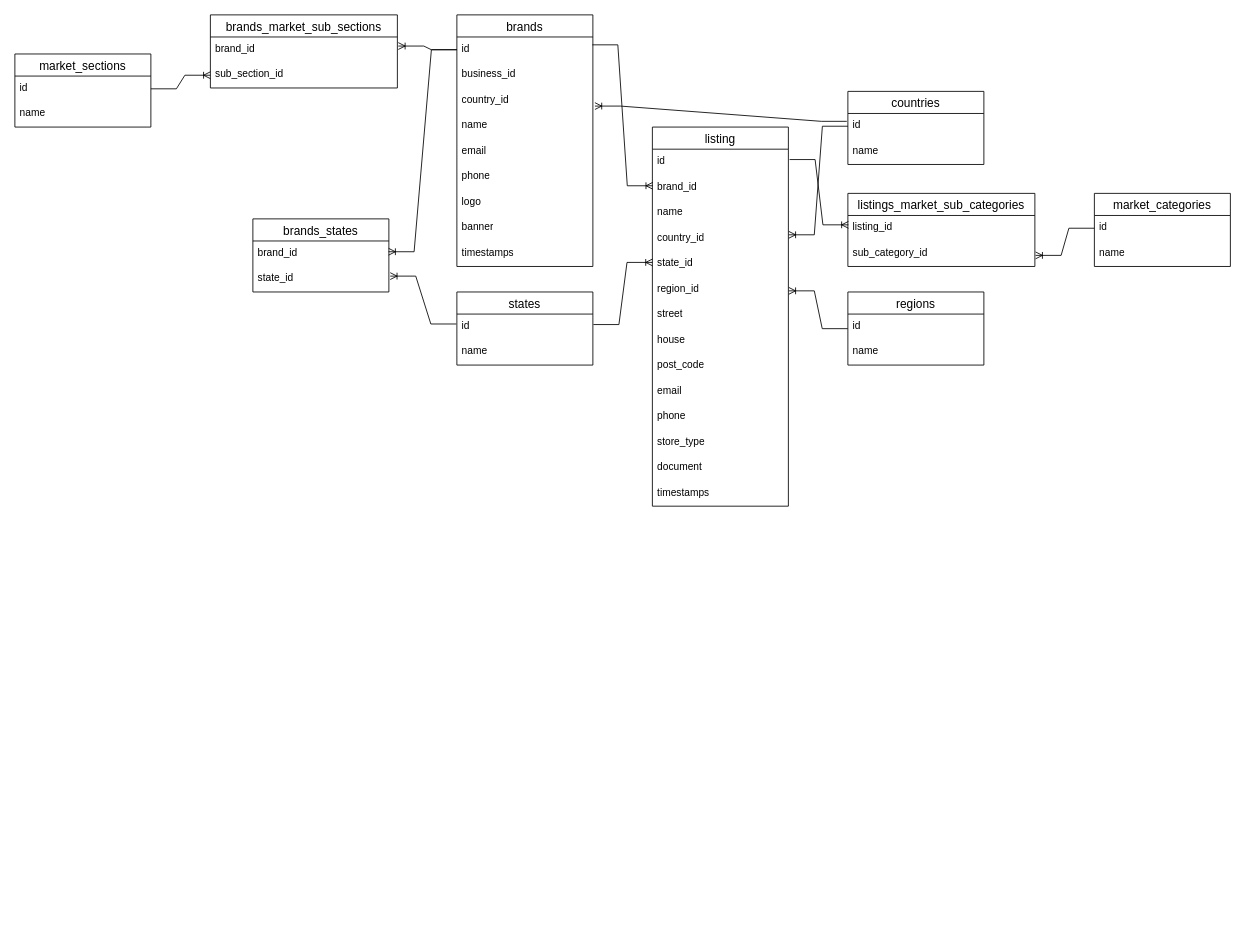
The draw.io diagram er.drawio in xw1nchester/kushfinds-backend, before the edit. Source tidied: cells renumbered, new cells numbered last; positions are measured from the earlier drawing's top-left corner, leaving out a move shared by most shapes. Both pictures are drawn from the tidied source at 85%, with x=0, y=0 at pixel (14, 14).
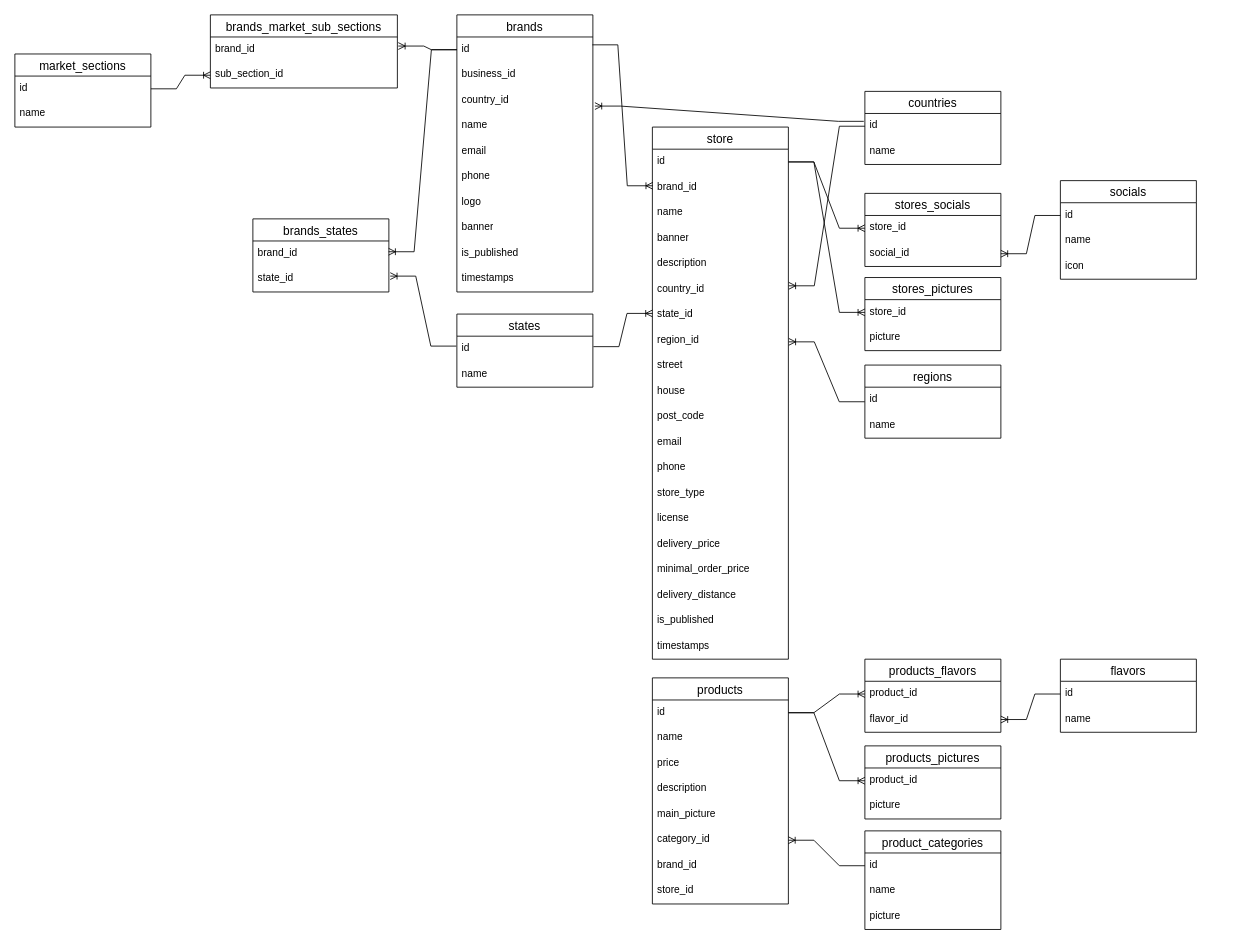
After the change.

Unchanged cells that the change refers to:
```xml
<mxCell id="31" value="id" style="text;strokeColor=none;fillColor=none;spacingLeft=4;spacingRight=4;overflow=hidden;points=[[0,0.5],[1,0.5]];portConstraint=eastwest;fontSize=12;whiteSpace=wrap;html=1;" parent="30" vertex="1">
  <mxGeometry y="26" width="160" height="30" as="geometry" />
</mxCell>
<mxCell id="46" value="id" style="text;strokeColor=none;fillColor=none;spacingLeft=4;spacingRight=4;overflow=hidden;points=[[0,0.5],[1,0.5]];portConstraint=eastwest;fontSize=12;whiteSpace=wrap;html=1;" parent="45" vertex="1">
  <mxGeometry y="26" width="160" height="30" as="geometry" />
</mxCell>
```

The edit, as a diff of the source:
```diff
@@
     <mxCell id="2" value="brands" style="swimlane;fontStyle=0;horizontal=1;startSize=26;align=center;fontSize=14;" parent="1" vertex="1">
-      <mxGeometry x="520" width="160" height="296" as="geometry" />
+      <mxGeometry x="520" width="160" height="326" as="geometry" />
     </mxCell>
@@
+    <mxCell id="62" value="is_published" style="text;strokeColor=none;fillColor=none;spacingLeft=4;spacingRight=4;overflow=hidden;fontSize=12;whiteSpace=wrap;html=1;" parent="2" vertex="1">
+      <mxGeometry y="266" width="160" height="30" as="geometry" />
+    </mxCell>
     <mxCell id="11" value="timestamps" style="text;strokeColor=none;fillColor=none;spacingLeft=4;spacingRight=4;overflow=hidden;fontSize=12;whiteSpace=wrap;html=1;" parent="2" vertex="1">
-      <mxGeometry y="266" width="160" height="30" as="geometry" />
+      <mxGeometry y="296" width="160" height="30" as="geometry" />
     </mxCell>
     <mxCell id="12" value="countries" style="swimlane;fontStyle=0;horizontal=1;startSize=26;align=center;fontSize=14;" parent="1" vertex="1">
-      <mxGeometry x="980" y="90" width="160" height="86" as="geometry" />
+      <mxGeometry x="1000" y="90" width="160" height="86" as="geometry" />
     </mxCell>
@@
     <mxCell id="15" value="states" style="swimlane;fontStyle=0;horizontal=1;startSize=26;align=center;fontSize=14;" parent="1" vertex="1">
-      <mxGeometry x="520" y="326" width="160" height="86" as="geometry" />
+      <mxGeometry x="520" y="352" width="160" height="86" as="geometry" />
     </mxCell>
@@
     <mxCell id="18" value="regions" style="swimlane;fontStyle=0;horizontal=1;startSize=26;align=center;fontSize=14;" parent="1" vertex="1">
-      <mxGeometry x="980" y="326" width="160" height="86" as="geometry" />
+      <mxGeometry x="1000" y="412" width="160" height="86" as="geometry" />
     </mxCell>
@@
-    <mxCell id="30" value="listing" style="swimlane;fontStyle=0;horizontal=1;startSize=26;align=center;fontSize=14;" parent="1" vertex="1">
-      <mxGeometry x="750" y="132" width="160" height="446" as="geometry" />
+    <mxCell id="30" value="store" style="swimlane;fontStyle=0;horizontal=1;startSize=26;align=center;fontSize=14;" parent="1" vertex="1">
+      <mxGeometry x="750" y="132" width="160" height="626" as="geometry" />
     </mxCell>
@@
+    <mxCell id="63" value="banner" style="text;strokeColor=none;fillColor=none;spacingLeft=4;spacingRight=4;overflow=hidden;fontSize=12;whiteSpace=wrap;html=1;" parent="30" vertex="1">
+      <mxGeometry y="116" width="160" height="30" as="geometry" />
+    </mxCell>
+    <mxCell id="64" value="description" style="text;strokeColor=none;fillColor=none;spacingLeft=4;spacingRight=4;overflow=hidden;fontSize=12;whiteSpace=wrap;html=1;" parent="30" vertex="1">
+      <mxGeometry y="146" width="160" height="30" as="geometry" />
+    </mxCell>
     <mxCell id="34" value="country_id" style="text;strokeColor=none;fillColor=none;spacingLeft=4;spacingRight=4;overflow=hidden;points=[[0,0.5],[1,0.5]];portConstraint=eastwest;fontSize=12;whiteSpace=wrap;html=1;" parent="30" vertex="1">
-      <mxGeometry y="116" width="160" height="30" as="geometry" />
+      <mxGeometry y="176" width="160" height="30" as="geometry" />
     </mxCell>
     <mxCell id="35" value="state_id" style="text;strokeColor=none;fillColor=none;spacingLeft=4;spacingRight=4;overflow=hidden;points=[[0,0.5],[1,0.5]];portConstraint=eastwest;fontSize=12;whiteSpace=wrap;html=1;" parent="30" vertex="1">
-      <mxGeometry y="146" width="160" height="30" as="geometry" />
+      <mxGeometry y="206" width="160" height="30" as="geometry" />
     </mxCell>
     <mxCell id="36" value="region_id" style="text;strokeColor=none;fillColor=none;spacingLeft=4;spacingRight=4;overflow=hidden;points=[[0,0.5],[1,0.5]];portConstraint=eastwest;fontSize=12;whiteSpace=wrap;html=1;" parent="30" vertex="1">
-      <mxGeometry y="176" width="160" height="30" as="geometry" />
+      <mxGeometry y="236" width="160" height="30" as="geometry" />
     </mxCell>
     <mxCell id="37" value="street" style="text;strokeColor=none;fillColor=none;spacingLeft=4;spacingRight=4;overflow=hidden;fontSize=12;whiteSpace=wrap;html=1;" parent="30" vertex="1">
-      <mxGeometry y="206" width="160" height="30" as="geometry" />
+      <mxGeometry y="266" width="160" height="30" as="geometry" />
     </mxCell>
     <mxCell id="38" value="house" style="text;strokeColor=none;fillColor=none;spacingLeft=4;spacingRight=4;overflow=hidden;fontSize=12;whiteSpace=wrap;html=1;" parent="30" vertex="1">
-      <mxGeometry y="236" width="160" height="30" as="geometry" />
+      <mxGeometry y="296" width="160" height="30" as="geometry" />
     </mxCell>
     <mxCell id="39" value="post_code" style="text;strokeColor=none;fillColor=none;spacingLeft=4;spacingRight=4;overflow=hidden;fontSize=12;whiteSpace=wrap;html=1;" parent="30" vertex="1">
-      <mxGeometry y="266" width="160" height="30" as="geometry" />
+      <mxGeometry y="326" width="160" height="30" as="geometry" />
     </mxCell>
     <mxCell id="40" value="email" style="text;strokeColor=none;fillColor=none;spacingLeft=4;spacingRight=4;overflow=hidden;fontSize=12;whiteSpace=wrap;html=1;" parent="30" vertex="1">
-      <mxGeometry y="296" width="160" height="30" as="geometry" />
+      <mxGeometry y="356" width="160" height="30" as="geometry" />
     </mxCell>
     <mxCell id="41" value="phone" style="text;strokeColor=none;fillColor=none;spacingLeft=4;spacingRight=4;overflow=hidden;fontSize=12;whiteSpace=wrap;html=1;" parent="30" vertex="1">
-      <mxGeometry y="326" width="160" height="30" as="geometry" />
+      <mxGeometry y="386" width="160" height="30" as="geometry" />
     </mxCell>
     <mxCell id="42" value="store_type" style="text;strokeColor=none;fillColor=none;spacingLeft=4;spacingRight=4;overflow=hidden;fontSize=12;whiteSpace=wrap;html=1;" parent="30" vertex="1">
-      <mxGeometry y="356" width="160" height="30" as="geometry" />
+      <mxGeometry y="416" width="160" height="30" as="geometry" />
     </mxCell>
-    <mxCell id="43" value="document" style="text;strokeColor=none;fillColor=none;spacingLeft=4;spacingRight=4;overflow=hidden;fontSize=12;whiteSpace=wrap;html=1;" parent="30" vertex="1">
-      <mxGeometry y="386" width="160" height="30" as="geometry" />
+    <mxCell id="43" value="license" style="text;strokeColor=none;fillColor=none;spacingLeft=4;spacingRight=4;overflow=hidden;fontSize=12;whiteSpace=wrap;html=1;" parent="30" vertex="1">
+      <mxGeometry y="446" width="160" height="30" as="geometry" />
     </mxCell>
+    <mxCell id="65" value="delivery_price" style="text;strokeColor=none;fillColor=none;spacingLeft=4;spacingRight=4;overflow=hidden;fontSize=12;whiteSpace=wrap;html=1;" parent="30" vertex="1">
+      <mxGeometry y="476" width="160" height="30" as="geometry" />
+    </mxCell>
+    <mxCell id="66" value="minimal_order_price&lt;div&gt;&lt;br&gt;&lt;/div&gt;" style="text;strokeColor=none;fillColor=none;spacingLeft=4;spacingRight=4;overflow=hidden;fontSize=12;whiteSpace=wrap;html=1;" parent="30" vertex="1">
+      <mxGeometry y="506" width="160" height="30" as="geometry" />
+    </mxCell>
+    <mxCell id="67" value="&lt;div&gt;delivery_distance&lt;/div&gt;" style="text;strokeColor=none;fillColor=none;spacingLeft=4;spacingRight=4;overflow=hidden;fontSize=12;whiteSpace=wrap;html=1;" parent="30" vertex="1">
+      <mxGeometry y="536" width="160" height="30" as="geometry" />
+    </mxCell>
+    <mxCell id="68" value="&lt;div&gt;is_published&lt;/div&gt;" style="text;strokeColor=none;fillColor=none;spacingLeft=4;spacingRight=4;overflow=hidden;fontSize=12;whiteSpace=wrap;html=1;" parent="30" vertex="1">
+      <mxGeometry y="566" width="160" height="30" as="geometry" />
+    </mxCell>
     <mxCell id="44" value="timestamps" style="text;strokeColor=none;fillColor=none;spacingLeft=4;spacingRight=4;overflow=hidden;fontSize=12;whiteSpace=wrap;html=1;" parent="30" vertex="1">
-      <mxGeometry y="416" width="160" height="30" as="geometry" />
+      <mxGeometry y="596" width="160" height="30" as="geometry" />
     </mxCell>
-    <mxCell id="45" value="market_categories" style="swimlane;fontStyle=0;horizontal=1;startSize=26;align=center;fontSize=14;" parent="1" vertex="1">
-      <mxGeometry x="1270" y="210" width="160" height="86" as="geometry" />
+    <mxCell id="45" value="product_categories" style="swimlane;fontStyle=0;horizontal=1;startSize=26;align=center;fontSize=14;" parent="1" vertex="1">
+      <mxGeometry x="1000" y="960" width="160" height="116" as="geometry" />
     </mxCell>
@@
-    <mxCell id="48" value="listings_market_sub_categories" style="swimlane;fontStyle=0;horizontal=1;startSize=26;align=center;fontSize=14;" parent="1" vertex="1">
-      <mxGeometry x="980" y="210" width="220" height="86" as="geometry" />
-    </mxCell>
-    <mxCell id="49" value="listing_id" style="text;strokeColor=none;fillColor=none;spacingLeft=4;spacingRight=4;overflow=hidden;points=[[0,0.5],[1,0.5]];portConstraint=eastwest;fontSize=12;whiteSpace=wrap;html=1;" parent="48" vertex="1">
-      <mxGeometry y="26" width="220" height="30" as="geometry" />
-    </mxCell>
-    <mxCell id="50" value="sub_category_id" style="text;strokeColor=none;fillColor=none;spacingLeft=4;spacingRight=4;overflow=hidden;points=[[0,0.5],[1,0.5]];portConstraint=eastwest;fontSize=12;whiteSpace=wrap;html=1;" parent="48" vertex="1">
-      <mxGeometry y="56" width="220" height="30" as="geometry" />
-    </mxCell>
+    <mxCell id="69" value="picture" style="text;strokeColor=none;fillColor=none;spacingLeft=4;spacingRight=4;overflow=hidden;fontSize=12;whiteSpace=wrap;html=1;" parent="45" vertex="1">
+      <mxGeometry y="86" width="160" height="30" as="geometry" />
+    </mxCell>
@@
-    <mxCell id="60" style="edgeStyle=entityRelationEdgeStyle;fontSize=12;html=1;endArrow=ERoneToMany;rounded=0;exitX=1.009;exitY=0.407;exitDx=0;exitDy=0;entryX=0.003;entryY=0.367;entryDx=0;entryDy=0;entryPerimeter=0;exitPerimeter=0;" parent="1" edge="1" source="31" target="49">
-      <mxGeometry relative="1" as="geometry" />
-    </mxCell>
-    <mxCell id="61" style="edgeStyle=entityRelationEdgeStyle;fontSize=12;html=1;endArrow=ERoneToMany;rounded=0;exitX=0;exitY=0.5;exitDx=0;exitDy=0;entryX=1.004;entryY=0.565;entryDx=0;entryDy=0;entryPerimeter=0;" parent="1" edge="1" source="46" target="50">
-      <mxGeometry relative="1" as="geometry" />
-    </mxCell>
+    <mxCell id="70" value="socials" style="swimlane;fontStyle=0;horizontal=1;startSize=26;align=center;fontSize=14;" parent="1" vertex="1">
+      <mxGeometry x="1230" y="195" width="160" height="116" as="geometry" />
+    </mxCell>
+    <mxCell id="71" value="id" style="text;strokeColor=none;fillColor=none;spacingLeft=4;spacingRight=4;overflow=hidden;points=[[0,0.5],[1,0.5]];portConstraint=eastwest;fontSize=12;whiteSpace=wrap;html=1;" parent="70" vertex="1">
+      <mxGeometry y="26" width="160" height="30" as="geometry" />
+    </mxCell>
+    <mxCell id="72" value="name" style="text;strokeColor=none;fillColor=none;spacingLeft=4;spacingRight=4;overflow=hidden;fontSize=12;whiteSpace=wrap;html=1;" parent="70" vertex="1">
+      <mxGeometry y="56" width="160" height="30" as="geometry" />
+    </mxCell>
+    <mxCell id="73" value="icon" style="text;strokeColor=none;fillColor=none;spacingLeft=4;spacingRight=4;overflow=hidden;fontSize=12;whiteSpace=wrap;html=1;" parent="70" vertex="1">
+      <mxGeometry y="86" width="160" height="30" as="geometry" />
+    </mxCell>
+    <mxCell id="74" value="stores_socials" style="swimlane;fontStyle=0;horizontal=1;startSize=26;align=center;fontSize=14;" parent="1" vertex="1">
+      <mxGeometry x="1000" y="210" width="160" height="86" as="geometry" />
+    </mxCell>
+    <mxCell id="75" value="store_id" style="text;strokeColor=none;fillColor=none;spacingLeft=4;spacingRight=4;overflow=hidden;points=[[0,0.5],[1,0.5]];portConstraint=eastwest;fontSize=12;whiteSpace=wrap;html=1;" parent="74" vertex="1">
+      <mxGeometry y="26" width="160" height="30" as="geometry" />
+    </mxCell>
+    <mxCell id="76" value="social_id" style="text;strokeColor=none;fillColor=none;spacingLeft=4;spacingRight=4;overflow=hidden;points=[[0,0.5],[1,0.5]];portConstraint=eastwest;fontSize=12;whiteSpace=wrap;html=1;" parent="74" vertex="1">
+      <mxGeometry y="56" width="160" height="30" as="geometry" />
+    </mxCell>
+    <mxCell id="77" style="edgeStyle=entityRelationEdgeStyle;fontSize=12;html=1;endArrow=ERoneToMany;rounded=0;exitX=1;exitY=0.5;exitDx=0;exitDy=0;entryX=0;entryY=0.5;entryDx=0;entryDy=0;" parent="1" edge="1" source="31" target="75">
+      <mxGeometry relative="1" as="geometry" />
+    </mxCell>
+    <mxCell id="78" style="edgeStyle=entityRelationEdgeStyle;fontSize=12;html=1;endArrow=ERoneToMany;rounded=0;exitX=0;exitY=0.5;exitDx=0;exitDy=0;entryX=1;entryY=0.5;entryDx=0;entryDy=0;" parent="1" edge="1" source="71" target="76">
+      <mxGeometry relative="1" as="geometry" />
+    </mxCell>
+    <mxCell id="79" value="stores_pictures" style="swimlane;fontStyle=0;horizontal=1;startSize=26;align=center;fontSize=14;" parent="1" vertex="1">
+      <mxGeometry x="1000" y="309" width="160" height="86" as="geometry" />
+    </mxCell>
+    <mxCell id="80" value="store_id" style="text;strokeColor=none;fillColor=none;spacingLeft=4;spacingRight=4;overflow=hidden;points=[[0,0.5],[1,0.5]];portConstraint=eastwest;fontSize=12;whiteSpace=wrap;html=1;" parent="79" vertex="1">
+      <mxGeometry y="26" width="160" height="30" as="geometry" />
+    </mxCell>
+    <mxCell id="81" value="picture" style="text;strokeColor=none;fillColor=none;spacingLeft=4;spacingRight=4;overflow=hidden;fontSize=12;whiteSpace=wrap;html=1;" parent="79" vertex="1">
+      <mxGeometry y="56" width="160" height="30" as="geometry" />
+    </mxCell>
+    <mxCell id="82" style="edgeStyle=entityRelationEdgeStyle;fontSize=12;html=1;endArrow=ERoneToMany;rounded=0;exitX=1;exitY=0.5;exitDx=0;exitDy=0;entryX=0;entryY=0.5;entryDx=0;entryDy=0;" parent="1" edge="1" source="31" target="80">
+      <mxGeometry relative="1" as="geometry" />
+    </mxCell>
+    <mxCell id="83" value="products" style="swimlane;fontStyle=0;horizontal=1;startSize=26;align=center;fontSize=14;" parent="1" vertex="1">
+      <mxGeometry x="750" y="780" width="160" height="266" as="geometry" />
+    </mxCell>
+    <mxCell id="84" value="id" style="text;strokeColor=none;fillColor=none;spacingLeft=4;spacingRight=4;overflow=hidden;points=[[0,0.5],[1,0.5]];portConstraint=eastwest;fontSize=12;whiteSpace=wrap;html=1;" parent="83" vertex="1">
+      <mxGeometry y="26" width="160" height="30" as="geometry" />
+    </mxCell>
+    <mxCell id="85" value="name" style="text;strokeColor=none;fillColor=none;spacingLeft=4;spacingRight=4;overflow=hidden;fontSize=12;whiteSpace=wrap;html=1;" parent="83" vertex="1">
+      <mxGeometry y="56" width="160" height="30" as="geometry" />
+    </mxCell>
+    <mxCell id="86" value="price" style="text;strokeColor=none;fillColor=none;spacingLeft=4;spacingRight=4;overflow=hidden;fontSize=12;whiteSpace=wrap;html=1;" parent="83" vertex="1">
+      <mxGeometry y="86" width="160" height="30" as="geometry" />
+    </mxCell>
+    <mxCell id="87" value="description" style="text;strokeColor=none;fillColor=none;spacingLeft=4;spacingRight=4;overflow=hidden;fontSize=12;whiteSpace=wrap;html=1;" parent="83" vertex="1">
+      <mxGeometry y="116" width="160" height="30" as="geometry" />
+    </mxCell>
+    <mxCell id="88" value="main_picture" style="text;strokeColor=none;fillColor=none;spacingLeft=4;spacingRight=4;overflow=hidden;fontSize=12;whiteSpace=wrap;html=1;" parent="83" vertex="1">
+      <mxGeometry y="146" width="160" height="30" as="geometry" />
+    </mxCell>
+    <mxCell id="89" value="category_id" style="text;strokeColor=none;fillColor=none;spacingLeft=4;spacingRight=4;overflow=hidden;points=[[0,0.5],[1,0.5]];portConstraint=eastwest;fontSize=12;whiteSpace=wrap;html=1;" parent="83" vertex="1">
+      <mxGeometry y="176" width="160" height="30" as="geometry" />
+    </mxCell>
+    <mxCell id="90" value="brand_id" style="text;strokeColor=none;fillColor=none;spacingLeft=4;spacingRight=4;overflow=hidden;fontSize=12;whiteSpace=wrap;html=1;" parent="83" vertex="1">
+      <mxGeometry y="206" width="160" height="30" as="geometry" />
+    </mxCell>
+    <mxCell id="91" value="store_id" style="text;strokeColor=none;fillColor=none;spacingLeft=4;spacingRight=4;overflow=hidden;fontSize=12;whiteSpace=wrap;html=1;" parent="83" vertex="1">
+      <mxGeometry y="236" width="160" height="30" as="geometry" />
+    </mxCell>
+    <mxCell id="92" value="products_pictures" style="swimlane;fontStyle=0;horizontal=1;startSize=26;align=center;fontSize=14;" parent="1" vertex="1">
+      <mxGeometry x="1000" y="860" width="160" height="86" as="geometry" />
+    </mxCell>
+    <mxCell id="93" value="product_id" style="text;strokeColor=none;fillColor=none;spacingLeft=4;spacingRight=4;overflow=hidden;points=[[0,0.5],[1,0.5]];portConstraint=eastwest;fontSize=12;whiteSpace=wrap;html=1;" parent="92" vertex="1">
+      <mxGeometry y="26" width="160" height="30" as="geometry" />
+    </mxCell>
+    <mxCell id="94" value="picture" style="text;strokeColor=none;fillColor=none;spacingLeft=4;spacingRight=4;overflow=hidden;fontSize=12;whiteSpace=wrap;html=1;" parent="92" vertex="1">
+      <mxGeometry y="56" width="160" height="30" as="geometry" />
+    </mxCell>
+    <mxCell id="95" value="products_flavors" style="swimlane;fontStyle=0;horizontal=1;startSize=26;align=center;fontSize=14;" parent="1" vertex="1">
+      <mxGeometry x="1000" y="758" width="160" height="86" as="geometry" />
+    </mxCell>
+    <mxCell id="96" value="product_id" style="text;strokeColor=none;fillColor=none;spacingLeft=4;spacingRight=4;overflow=hidden;points=[[0,0.5],[1,0.5]];portConstraint=eastwest;fontSize=12;whiteSpace=wrap;html=1;" parent="95" vertex="1">
+      <mxGeometry y="26" width="160" height="30" as="geometry" />
+    </mxCell>
+    <mxCell id="97" value="flavor_id" style="text;strokeColor=none;fillColor=none;spacingLeft=4;spacingRight=4;overflow=hidden;points=[[0,0.5],[1,0.5]];portConstraint=eastwest;fontSize=12;whiteSpace=wrap;html=1;" parent="95" vertex="1">
+      <mxGeometry y="56" width="160" height="30" as="geometry" />
+    </mxCell>
+    <mxCell id="98" value="flavors" style="swimlane;fontStyle=0;horizontal=1;startSize=26;align=center;fontSize=14;" parent="1" vertex="1">
+      <mxGeometry x="1230" y="758" width="160" height="86" as="geometry" />
+    </mxCell>
+    <mxCell id="99" value="id" style="text;strokeColor=none;fillColor=none;spacingLeft=4;spacingRight=4;overflow=hidden;points=[[0,0.5],[1,0.5]];portConstraint=eastwest;fontSize=12;whiteSpace=wrap;html=1;" parent="98" vertex="1">
+      <mxGeometry y="26" width="160" height="30" as="geometry" />
+    </mxCell>
+    <mxCell id="100" value="name" style="text;strokeColor=none;fillColor=none;spacingLeft=4;spacingRight=4;overflow=hidden;fontSize=12;whiteSpace=wrap;html=1;" parent="98" vertex="1">
+      <mxGeometry y="56" width="160" height="30" as="geometry" />
+    </mxCell>
+    <mxCell id="101" style="edgeStyle=entityRelationEdgeStyle;fontSize=12;html=1;endArrow=ERoneToMany;rounded=0;exitX=1;exitY=0.5;exitDx=0;exitDy=0;entryX=0;entryY=0.5;entryDx=0;entryDy=0;" parent="1" edge="1" source="84" target="96">
+      <mxGeometry relative="1" as="geometry" />
+    </mxCell>
+    <mxCell id="102" style="edgeStyle=entityRelationEdgeStyle;fontSize=12;html=1;endArrow=ERoneToMany;rounded=0;exitX=0;exitY=0.5;exitDx=0;exitDy=0;entryX=1;entryY=0.5;entryDx=0;entryDy=0;" parent="1" edge="1" source="99" target="97">
+      <mxGeometry relative="1" as="geometry" />
+    </mxCell>
+    <mxCell id="103" style="edgeStyle=entityRelationEdgeStyle;fontSize=12;html=1;endArrow=ERoneToMany;rounded=0;exitX=0;exitY=0.5;exitDx=0;exitDy=0;entryX=1;entryY=0.5;entryDx=0;entryDy=0;" parent="1" edge="1" source="46" target="89">
+      <mxGeometry relative="1" as="geometry" />
+    </mxCell>
+    <mxCell id="104" style="edgeStyle=entityRelationEdgeStyle;fontSize=12;html=1;endArrow=ERoneToMany;rounded=0;entryX=0;entryY=0.5;entryDx=0;entryDy=0;exitX=1;exitY=0.5;exitDx=0;exitDy=0;" parent="1" edge="1" source="84" target="93">
+      <mxGeometry relative="1" as="geometry" />
+    </mxCell>
```
